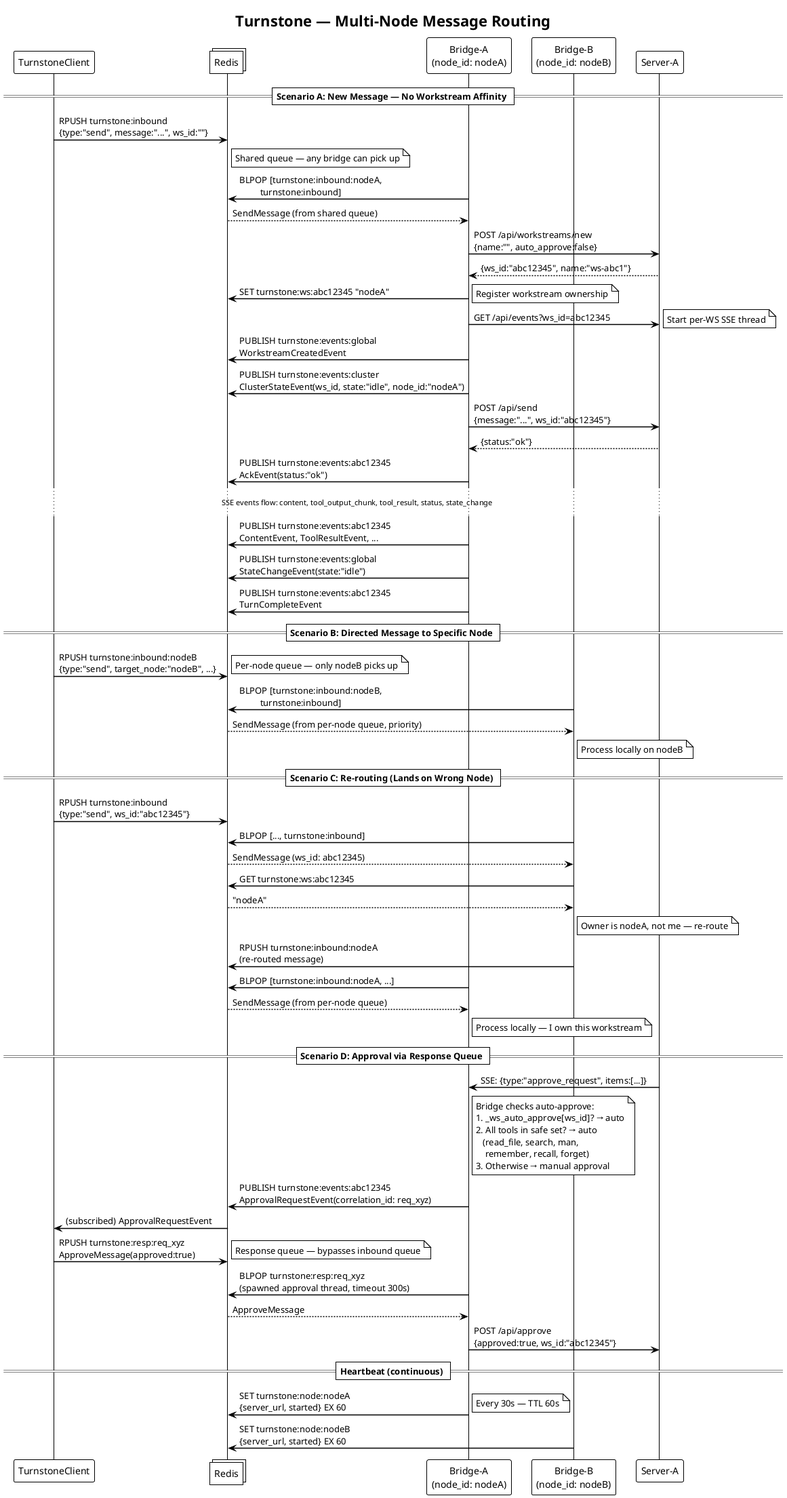
Above: docs/diagrams/png/07-message-routing.png in turnstonelabs/turnstone (PlantUML), before the change.
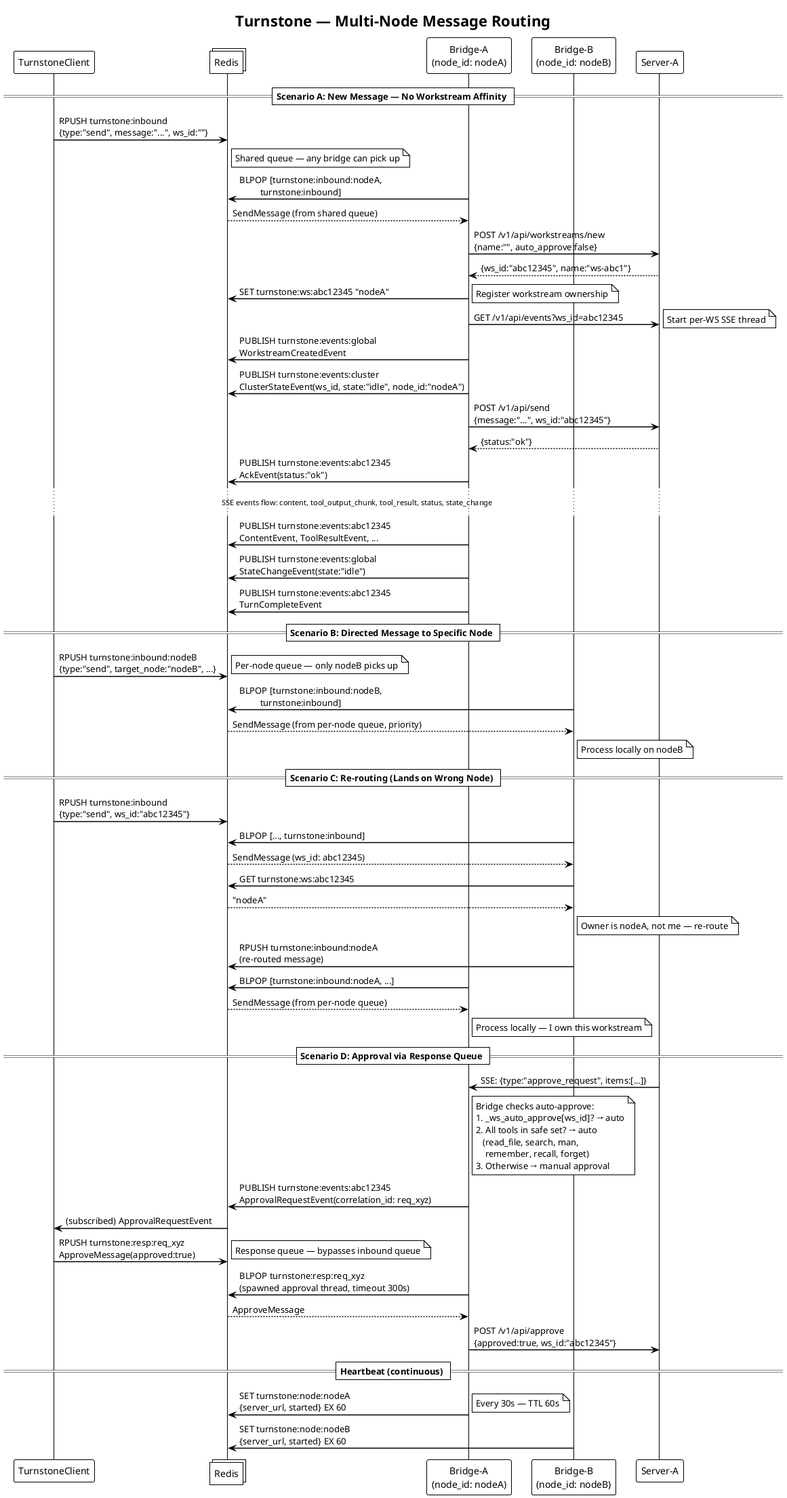
After the commit.

What changed in the source:
```diff
@@ -18,20 +18,20 @@
 BridgeA -> Redis : BLPOP [turnstone:inbound:nodeA,\n         turnstone:inbound]
 Redis --> BridgeA : SendMessage (from shared queue)
 
-BridgeA -> ServerA : POST /api/workstreams/new\n{name:"", auto_approve:false}
+BridgeA -> ServerA : POST /v1/api/workstreams/new\n{name:"", auto_approve:false}
 ServerA --> BridgeA : {ws_id:"abc12345", name:"ws-abc1"}
 
 BridgeA -> Redis : SET turnstone:ws:abc12345 "nodeA"
 note right : Register workstream ownership
 
-BridgeA -> ServerA : GET /api/events?ws_id=abc12345
+BridgeA -> ServerA : GET /v1/api/events?ws_id=abc12345
 note right : Start per-WS SSE thread
 
 BridgeA -> Redis : PUBLISH turnstone:events:global\nWorkstreamCreatedEvent
 
 BridgeA -> Redis : PUBLISH turnstone:events:cluster\nClusterStateEvent(ws_id, state:"idle", node_id:"nodeA")
 
-BridgeA -> ServerA : POST /api/send\n{message:"...", ws_id:"abc12345"}
+BridgeA -> ServerA : POST /v1/api/send\n{message:"...", ws_id:"abc12345"}
 ServerA --> BridgeA : {status:"ok"}
 
 BridgeA -> Redis : PUBLISH turnstone:events:abc12345\nAckEvent(status:"ok")
@@ -93,7 +93,7 @@
 BridgeA -> Redis : BLPOP turnstone:resp:req_xyz\n(spawned approval thread, timeout 300s)
 Redis --> BridgeA : ApproveMessage
 
-BridgeA -> ServerA : POST /api/approve\n{approved:true, ws_id:"abc12345"}
+BridgeA -> ServerA : POST /v1/api/approve\n{approved:true, ws_id:"abc12345"}
 
 == Heartbeat (continuous) ==
 
```
